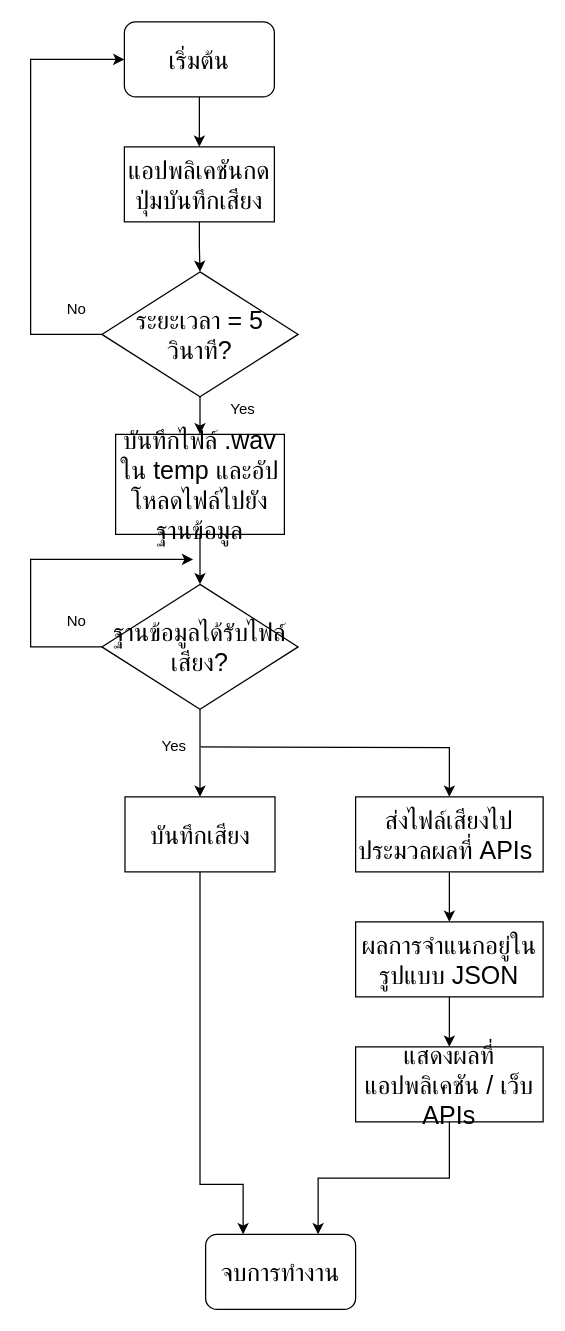
This is app_flow.drawio from KENGKKUN/test_python, a draw.io file, before an edit. Source tidied: cells renumbered, new cells numbered last; positions are measured from the earlier drawing's top-left corner, leaving out a move shared by most shapes. Both pictures are drawn from the tidied source at 125%, with x=0, y=0 at pixel (30, 21).
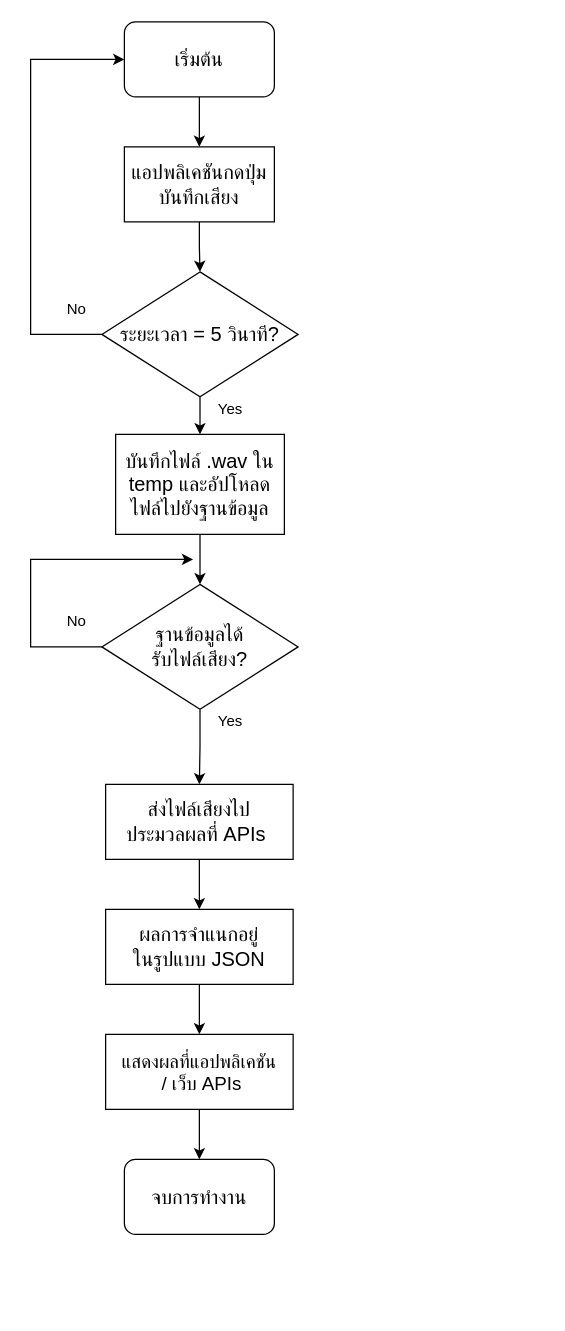
Above is the later version.

What changed in the source:
```diff
@@
-    <mxCell id="3" value="&lt;font face=&quot;TH Sarabun New&quot; style=&quot;font-size: 20px&quot;&gt;เริ่มต้น&lt;/font&gt;" style="rounded=1;whiteSpace=wrap;html=1;" parent="1" vertex="1">
+    <mxCell id="3" value="&lt;font face=&quot;TH Sarabun New&quot; style=&quot;font-size: 16px&quot;&gt;เริ่มต้น&lt;/font&gt;" style="rounded=1;whiteSpace=wrap;html=1;" parent="1" vertex="1">
       <mxGeometry x="75" width="120" height="60" as="geometry" />
     </mxCell>
@@
-    <mxCell id="5" value="&lt;font face=&quot;TH Sarabun New&quot; style=&quot;font-size: 20px&quot;&gt;แอปพลิเคชันกดปุ่มบันทึกเสียง&lt;/font&gt;" style="rounded=0;whiteSpace=wrap;html=1;" parent="1" vertex="1">
+    <mxCell id="5" value="&lt;font face=&quot;TH Sarabun New&quot; style=&quot;font-size: 16px&quot;&gt;แอปพลิเคชันกดปุ่มบันทึกเสียง&lt;/font&gt;" style="rounded=0;whiteSpace=wrap;html=1;" parent="1" vertex="1">
       <mxGeometry x="75" y="100" width="120" height="60" as="geometry" />
     </mxCell>
@@
-    <mxCell id="8" value="&lt;font face=&quot;TH Sarabun New&quot; style=&quot;font-size: 20px&quot;&gt;ระยะเวลา = 5 วินาที?&lt;/font&gt;" style="rhombus;whiteSpace=wrap;html=1;" parent="1" vertex="1">
+    <mxCell id="8" value="&lt;font face=&quot;TH Sarabun New&quot; style=&quot;font-size: 16px&quot;&gt;ระยะเวลา = 5 วินาที?&lt;/font&gt;" style="rhombus;whiteSpace=wrap;html=1;" parent="1" vertex="1">
       <mxGeometry x="57" y="200" width="157" height="100" as="geometry" />
     </mxCell>
@@
-    <mxCell id="11" value="&lt;span style=&quot;font-family: &amp;#34;th sarabun new&amp;#34; ; font-size: 20px&quot;&gt;บันทึกไฟล์ .wav ใน temp และอัปโหลดไฟล์ไปยังฐานข้อมูล&lt;/span&gt;" style="rounded=0;whiteSpace=wrap;html=1;" parent="1" vertex="1">
+    <mxCell id="11" value="&lt;span style=&quot;font-family: &amp;#34;th sarabun new&amp;#34;&quot;&gt;&lt;font style=&quot;font-size: 16px&quot;&gt;บันทึกไฟล์ .wav ใน temp และอัปโหลดไฟล์ไปยังฐานข้อมูล&lt;/font&gt;&lt;/span&gt;" style="rounded=0;whiteSpace=wrap;html=1;" parent="1" vertex="1">
       <mxGeometry x="68" y="330" width="135" height="80" as="geometry" />
     </mxCell>
     <mxCell id="12" value="Yes" style="text;html=1;strokeColor=none;fillColor=none;align=center;verticalAlign=middle;whiteSpace=wrap;rounded=0;" parent="1" vertex="1">
-      <mxGeometry x="150" y="300" width="40" height="20" as="geometry" />
+      <mxGeometry x="140" y="300" width="40" height="20" as="geometry" />
     </mxCell>
@@
-    <mxCell id="14" style="edgeStyle=orthogonalEdgeStyle;rounded=0;jettySize=auto;html=1;exitX=0.5;exitY=1;exitDx=0;exitDy=0;entryX=0.5;entryY=0;entryDx=0;entryDy=0;" parent="1" edge="1" source="16" target="19">
-      <mxGeometry relative="1" as="geometry" />
-    </mxCell>
-    <mxCell id="15" style="edgeStyle=orthogonalEdgeStyle;rounded=0;jettySize=auto;html=1;entryX=0.5;entryY=0;entryDx=0;entryDy=0;" parent="1" edge="1" target="22">
-      <mxGeometry relative="1" as="geometry">
-        <mxPoint x="136" y="580" as="sourcePoint" />
-      </mxGeometry>
-    </mxCell>
+    <mxCell id="28" style="edgeStyle=orthogonalEdgeStyle;rounded=0;jettySize=auto;html=1;exitX=0.5;exitY=1;exitDx=0;exitDy=0;entryX=0.5;entryY=0;entryDx=0;entryDy=0;" parent="1" edge="1" source="16" target="22">
+      <mxGeometry relative="1" as="geometry" />
+    </mxCell>
-    <mxCell id="16" value="&lt;font face=&quot;TH Sarabun New&quot;&gt;&lt;span style=&quot;font-size: 20px&quot;&gt;ฐานข้อมูลได้รับไฟล์เสียง?&lt;/span&gt;&lt;/font&gt;" style="rhombus;whiteSpace=wrap;html=1;" parent="1" vertex="1">
+    <mxCell id="16" value="&lt;font face=&quot;TH Sarabun New&quot; style=&quot;font-size: 16px&quot;&gt;ฐานข้อมูลได้&lt;br&gt;รับไฟล์เสียง?&lt;/font&gt;" style="rhombus;whiteSpace=wrap;html=1;" parent="1" vertex="1">
       <mxGeometry x="57" y="450" width="157" height="100" as="geometry" />
     </mxCell>
@@
-    <mxCell id="18" style="edgeStyle=orthogonalEdgeStyle;rounded=0;jettySize=auto;html=1;exitX=0.5;exitY=1;exitDx=0;exitDy=0;entryX=0.25;entryY=0;entryDx=0;entryDy=0;" parent="1" edge="1" source="19" target="27">
-      <mxGeometry relative="1" as="geometry">
-        <Array as="points">
-          <mxPoint x="136" y="930" />
-          <mxPoint x="170" y="930" />
-        </Array>
-      </mxGeometry>
-    </mxCell>
-    <mxCell id="19" value="&lt;font face=&quot;TH Sarabun New&quot; style=&quot;font-size: 20px&quot;&gt;บันทึกเสียง&lt;/font&gt;" style="rounded=0;whiteSpace=wrap;html=1;" parent="1" vertex="1">
-      <mxGeometry x="75.5" y="620" width="120" height="60" as="geometry" />
-    </mxCell>
     <mxCell id="20" value="Yes" style="text;html=1;strokeColor=none;fillColor=none;align=center;verticalAlign=middle;whiteSpace=wrap;rounded=0;" parent="1" vertex="1">
-      <mxGeometry x="95" y="570" width="40" height="20" as="geometry" />
+      <mxGeometry x="140" y="550" width="40" height="20" as="geometry" />
     </mxCell>
@@
-    <mxCell id="22" value="&lt;font face=&quot;TH Sarabun New&quot; style=&quot;font-size: 20px&quot;&gt;ส่งไฟล์เสียงไปประมวลผลที่ APIs&amp;nbsp;&lt;/font&gt;" style="rounded=0;whiteSpace=wrap;html=1;" parent="1" vertex="1">
-      <mxGeometry x="260" y="620" width="150" height="60" as="geometry" />
+    <mxCell id="22" value="&lt;font face=&quot;TH Sarabun New&quot; style=&quot;font-size: 16px&quot;&gt;ส่งไฟล์เสียงไป&lt;br&gt;ประมวลผลที่ APIs&amp;nbsp;&lt;/font&gt;" style="rounded=0;whiteSpace=wrap;html=1;" parent="1" vertex="1">
+      <mxGeometry x="60" y="610" width="150" height="60" as="geometry" />
     </mxCell>
@@
-    <mxCell id="24" value="&lt;font face=&quot;TH Sarabun New&quot; style=&quot;font-size: 20px&quot;&gt;ผลการจำแนกอยู่ในรูปแบบ JSON&lt;/font&gt;" style="rounded=0;whiteSpace=wrap;html=1;" parent="1" vertex="1">
-      <mxGeometry x="260" y="720" width="150" height="60" as="geometry" />
+    <mxCell id="24" value="&lt;font face=&quot;TH Sarabun New&quot; style=&quot;font-size: 16px&quot;&gt;ผลการจำแนกอยู่&lt;br&gt;ในรูปแบบ JSON&lt;/font&gt;" style="rounded=0;whiteSpace=wrap;html=1;" parent="1" vertex="1">
+      <mxGeometry x="60" y="710" width="150" height="60" as="geometry" />
     </mxCell>
-    <mxCell id="25" style="edgeStyle=orthogonalEdgeStyle;rounded=0;jettySize=auto;html=1;exitX=0.5;exitY=1;exitDx=0;exitDy=0;entryX=0.75;entryY=0;entryDx=0;entryDy=0;" parent="1" edge="1" source="26" target="27">
+    <mxCell id="25" style="edgeStyle=orthogonalEdgeStyle;rounded=0;jettySize=auto;html=1;exitX=0.5;exitY=1;exitDx=0;exitDy=0;entryX=0.5;entryY=0;entryDx=0;entryDy=0;" parent="1" edge="1" source="26" target="27">
       <mxGeometry relative="1" as="geometry" />
     </mxCell>
-    <mxCell id="26" value="&lt;font face=&quot;TH Sarabun New&quot;&gt;&lt;span style=&quot;font-size: 20px&quot;&gt;แสดงผลที่แอปพลิเคชัน / เว็บ APIs&lt;/span&gt;&lt;/font&gt;" style="rounded=0;whiteSpace=wrap;html=1;" parent="1" vertex="1">
-      <mxGeometry x="260" y="820" width="150" height="60" as="geometry" />
+    <mxCell id="26" value="&lt;font face=&quot;TH Sarabun New&quot; style=&quot;font-size: 15px&quot;&gt;แสดงผลที่แอปพลิเคชัน&lt;br&gt;&amp;nbsp;/ เว็บ APIs&lt;/font&gt;" style="rounded=0;whiteSpace=wrap;html=1;" parent="1" vertex="1">
+      <mxGeometry x="60" y="810" width="150" height="60" as="geometry" />
     </mxCell>
-    <mxCell id="27" value="&lt;font face=&quot;TH Sarabun New&quot; style=&quot;font-size: 20px&quot;&gt;จบการทำงาน&lt;/font&gt;" style="rounded=1;whiteSpace=wrap;html=1;" parent="1" vertex="1">
-      <mxGeometry x="140" y="970" width="120" height="60" as="geometry" />
+    <mxCell id="27" value="&lt;font face=&quot;TH Sarabun New&quot; style=&quot;font-size: 16px&quot;&gt;จบการทำงาน&lt;/font&gt;" style="rounded=1;whiteSpace=wrap;html=1;" parent="1" vertex="1">
+      <mxGeometry x="75" y="910" width="120" height="60" as="geometry" />
     </mxCell>
```
